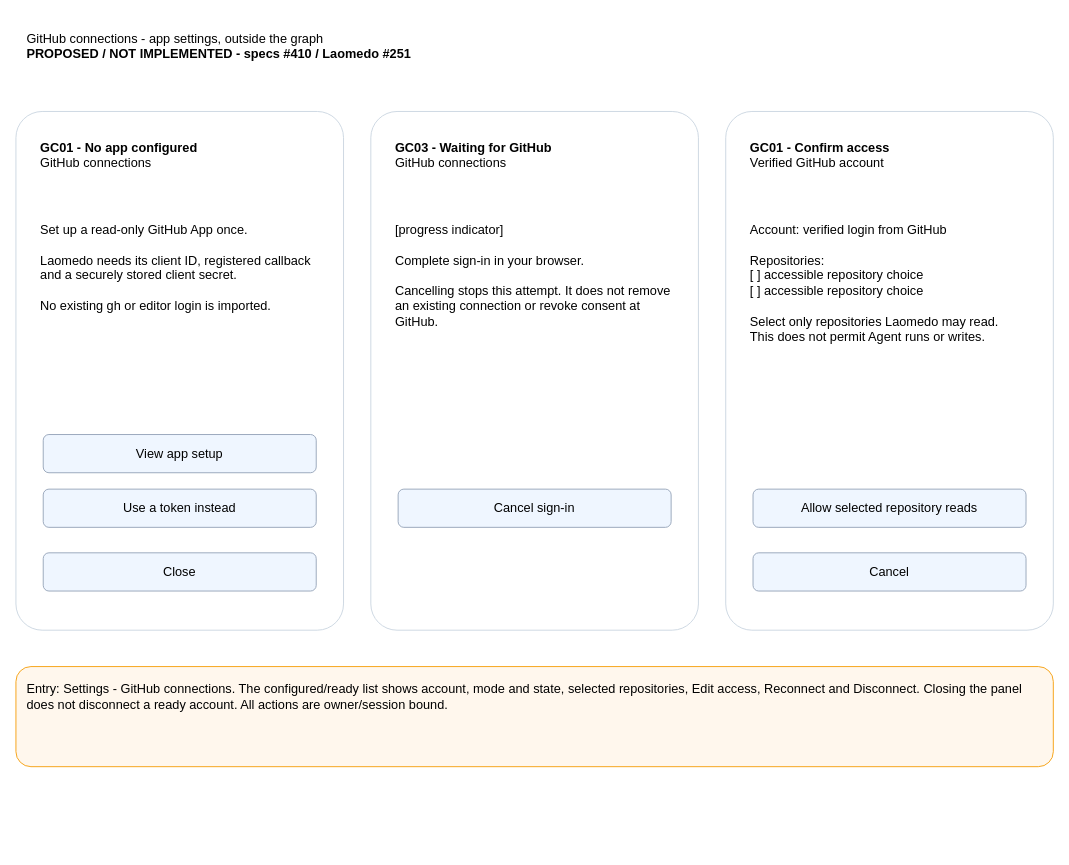
amadou-6e/specs keeps this draw.io diagram as page "GC01-GC03 - Connection manager" (1 of 7) of projects/laomedo/subsystems/agent-execution/design/github-account-connections.drawio. Above is the earlier version. Source tidied: cells renumbered, new cells numbered last; positions are measured from the earlier drawing's top-left corner, leaving out a move shared by most shapes. Both pictures are drawn from the tidied source at 91%, with x=0, y=0 at pixel (15, 15).
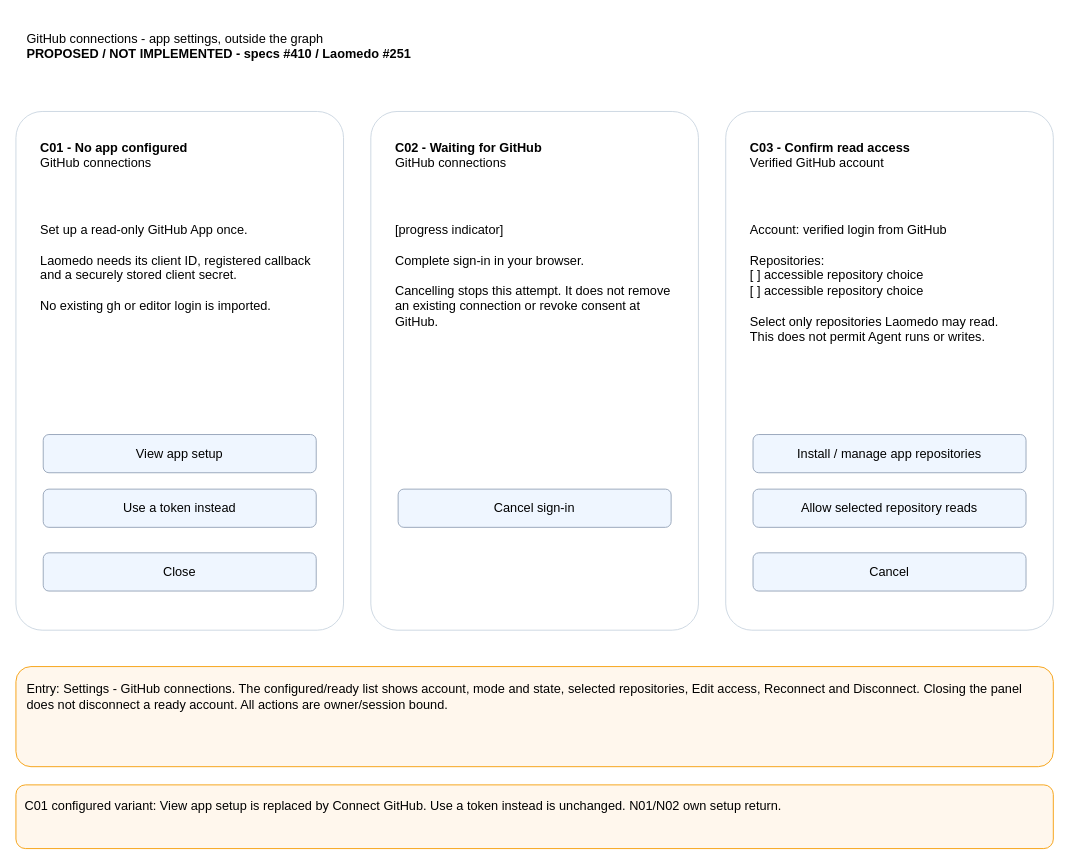
The same diagram, later.

Diff of the diagram source:
```diff
@@
-    <mxCell id="6" value="&lt;b&gt;GC01 - No app configured&lt;/b&gt;&lt;br/&gt;GitHub connections" style="whiteSpace=wrap;html=1;fontFamily=Arial;fontSize=14;align=left;verticalAlign=top;spacing=12;text;strokeColor=none;fillColor=none;" parent="1" vertex="1">
+    <mxCell id="6" value="&lt;b&gt;C01 - No app configured&lt;/b&gt;&lt;br/&gt;GitHub connections" style="whiteSpace=wrap;html=1;fontFamily=Arial;fontSize=14;align=left;verticalAlign=top;spacing=12;text;strokeColor=none;fillColor=none;" parent="1" vertex="1">
       <mxGeometry x="15" y="120" width="330" height="80" as="geometry" />
     </mxCell>
@@
-    <mxCell id="11" value="&lt;b&gt;GC03 - Waiting for GitHub&lt;/b&gt;&lt;br/&gt;GitHub connections" style="whiteSpace=wrap;html=1;fontFamily=Arial;fontSize=14;align=left;verticalAlign=top;spacing=12;text;strokeColor=none;fillColor=none;" parent="1" vertex="1">
+    <mxCell id="11" value="&lt;b&gt;C02 - Waiting for GitHub&lt;/b&gt;&lt;br/&gt;GitHub connections" style="whiteSpace=wrap;html=1;fontFamily=Arial;fontSize=14;align=left;verticalAlign=top;spacing=12;text;strokeColor=none;fillColor=none;" parent="1" vertex="1">
       <mxGeometry x="405" y="120" width="330" height="80" as="geometry" />
     </mxCell>
@@
-    <mxCell id="14" value="&lt;b&gt;GC01 - Confirm access&lt;/b&gt;&lt;br/&gt;Verified GitHub account" style="whiteSpace=wrap;html=1;fontFamily=Arial;fontSize=14;align=left;verticalAlign=top;spacing=12;text;strokeColor=none;fillColor=none;" parent="1" vertex="1">
+    <mxCell id="14" value="&lt;b&gt;C03 - Confirm read access&lt;/b&gt;&lt;br/&gt;Verified GitHub account" style="whiteSpace=wrap;html=1;fontFamily=Arial;fontSize=14;align=left;verticalAlign=top;spacing=12;text;strokeColor=none;fillColor=none;" parent="1" vertex="1">
       <mxGeometry x="795" y="120" width="330" height="80" as="geometry" />
     </mxCell>
@@
+    <mxCell id="19" value="Install / manage app repositories" style="whiteSpace=wrap;html=1;fontFamily=Arial;fontSize=14;align=left;verticalAlign=top;spacing=10;rounded=1;fillColor=#EFF6FF;strokeColor=#94A3B8;align=center;verticalAlign=middle;spacing=4;" parent="1" vertex="1">
+      <mxGeometry x="810" y="460" width="300" height="42" as="geometry" />
+    </mxCell>
+    <mxCell id="20" value="C01 configured variant: View app setup is replaced by Connect GitHub. Use a token instead is unchanged. N01/N02 own setup return." style="whiteSpace=wrap;html=1;fontFamily=Arial;fontSize=14;align=left;verticalAlign=top;spacing=10;rounded=1;fillColor=#FFF7ED;strokeColor=#F59E0B;" parent="1" vertex="1">
+      <mxGeometry y="845" width="1140" height="70" as="geometry" />
+    </mxCell>
```
